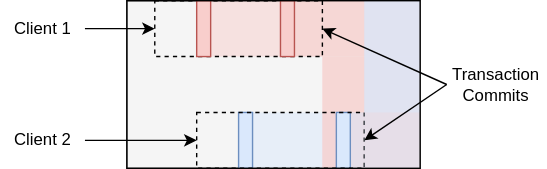
Above: assets/images/acid/atomic-writes.svg in TheCandidStartup/TheCandidStartup.github.io (draw.io), before the change. Source tidied: cells renumbered, new cells last; positions are measured from the earlier drawing's top-left corner, leaving out a move shared by most shapes. The source it was exported from:
```xml
<mxGraphModel>
  <root>
    <mxCell id="0" />
    <mxCell id="1" parent="0" />
    <mxCell id="2" style="rounded=0;whiteSpace=wrap;html=1;fillColor=#f5f5f5;fontColor=#333333;strokeColor=#666666;" parent="1" vertex="1">
      <mxGeometry x="90" width="210" height="120" as="geometry" />
    </mxCell>
    <mxCell id="3" style="rounded=0;whiteSpace=wrap;html=1;strokeColor=none;fillColor=#f8cecc;opacity=50;" parent="1" vertex="1">
      <mxGeometry x="150" width="150" height="40" as="geometry" />
    </mxCell>
    <mxCell id="4" style="rounded=0;whiteSpace=wrap;html=1;strokeColor=none;fillColor=#f8cecc;opacity=50;" parent="1" vertex="1">
      <mxGeometry x="210" width="90" height="40" as="geometry" />
    </mxCell>
    <mxCell id="5" style="rounded=0;whiteSpace=wrap;html=1;strokeColor=none;fillColor=#dae8fc;opacity=50;" parent="1" vertex="1">
      <mxGeometry x="180" y="80" width="120" height="40" as="geometry" />
    </mxCell>
    <mxCell id="6" style="edgeStyle=orthogonalEdgeStyle;rounded=0;jettySize=auto;html=1;exitX=1;exitY=0.5;exitDx=0;exitDy=0;entryX=0;entryY=0.5;entryDx=0;entryDy=0;" parent="1" edge="1" source="7" target="10">
      <mxGeometry relative="1" as="geometry" />
    </mxCell>
    <mxCell id="7" value="Client 1" style="text;html=1;strokeColor=none;fillColor=none;align=center;verticalAlign=middle;whiteSpace=wrap;rounded=0;" parent="1" vertex="1">
      <mxGeometry width="60" height="40" as="geometry" />
    </mxCell>
    <mxCell id="8" style="edgeStyle=orthogonalEdgeStyle;rounded=0;jettySize=auto;html=1;exitX=1;exitY=0.5;exitDx=0;exitDy=0;entryX=0;entryY=0.5;entryDx=0;entryDy=0;" parent="1" edge="1" source="9" target="19">
      <mxGeometry relative="1" as="geometry" />
    </mxCell>
    <mxCell id="9" value="Client 2" style="text;html=1;strokeColor=none;fillColor=none;align=center;verticalAlign=middle;whiteSpace=wrap;rounded=0;" parent="1" vertex="1">
      <mxGeometry y="80" width="60" height="40" as="geometry" />
    </mxCell>
    <mxCell id="10" style="rounded=0;whiteSpace=wrap;html=1;dashed=1;fillColor=none;" parent="1" vertex="1">
      <mxGeometry x="110" width="120" height="40" as="geometry" />
    </mxCell>
    <mxCell id="11" style="rounded=0;whiteSpace=wrap;html=1;fillColor=#f8cecc;strokeColor=#b85450;" parent="1" vertex="1">
      <mxGeometry x="140" width="10" height="40" as="geometry" />
    </mxCell>
    <mxCell id="12" style="rounded=0;whiteSpace=wrap;html=1;fillColor=#f8cecc;strokeColor=#b85450;" parent="1" vertex="1">
      <mxGeometry x="200" width="10" height="40" as="geometry" />
    </mxCell>
    <mxCell id="13" style="rounded=0;whiteSpace=wrap;html=1;fillColor=#dae8fc;strokeColor=#6c8ebf;" parent="1" vertex="1">
      <mxGeometry x="170" y="80" width="10" height="40" as="geometry" />
    </mxCell>
    <mxCell id="14" value="Transaction Commits" style="text;html=1;strokeColor=none;fillColor=none;align=center;verticalAlign=middle;whiteSpace=wrap;rounded=0;" parent="1" vertex="1">
      <mxGeometry x="319" y="40" width="71" height="40" as="geometry" />
    </mxCell>
    <mxCell id="15" style="rounded=0;whiteSpace=wrap;html=1;strokeColor=none;fillColor=#f8cecc;opacity=50;" parent="1" vertex="1">
      <mxGeometry x="230" y="40" width="70" height="80" as="geometry" />
    </mxCell>
    <mxCell id="16" style="rounded=0;whiteSpace=wrap;html=1;strokeColor=none;fillColor=#f8cecc;opacity=50;" parent="1" vertex="1">
      <mxGeometry x="230" y="40" width="70" height="80" as="geometry" />
    </mxCell>
    <mxCell id="17" style="rounded=0;whiteSpace=wrap;html=1;strokeColor=none;fillColor=#dae8fc;opacity=50;" parent="1" vertex="1">
      <mxGeometry x="250" y="80" width="10" height="40" as="geometry" />
    </mxCell>
    <mxCell id="18" style="rounded=0;whiteSpace=wrap;html=1;fillColor=#dae8fc;strokeColor=#6c8ebf;" parent="1" vertex="1">
      <mxGeometry x="240" y="80" width="10" height="40" as="geometry" />
    </mxCell>
    <mxCell id="19" style="rounded=0;whiteSpace=wrap;html=1;dashed=1;fillColor=none;" parent="1" vertex="1">
      <mxGeometry x="140" y="80" width="120" height="40" as="geometry" />
    </mxCell>
    <mxCell id="20" style="rounded=0;whiteSpace=wrap;html=1;strokeColor=none;fillColor=#dae8fc;opacity=50;" parent="1" vertex="1">
      <mxGeometry x="260" width="40" height="80" as="geometry" />
    </mxCell>
    <mxCell id="21" style="rounded=0;whiteSpace=wrap;html=1;strokeColor=none;fillColor=#dae8fc;opacity=50;" parent="1" vertex="1">
      <mxGeometry x="260" width="40" height="120" as="geometry" />
    </mxCell>
    <mxCell id="22" style="edgeStyle=none;rounded=0;jettySize=auto;html=1;exitX=0;exitY=0.5;exitDx=0;exitDy=0;entryX=1;entryY=0.5;entryDx=0;entryDy=0;" parent="1" edge="1" source="14" target="10">
      <mxGeometry relative="1" as="geometry" />
    </mxCell>
    <mxCell id="23" style="edgeStyle=none;rounded=0;jettySize=auto;html=1;exitX=0;exitY=0.5;exitDx=0;exitDy=0;entryX=1;entryY=0.5;entryDx=0;entryDy=0;" parent="1" edge="1" source="14" target="19">
      <mxGeometry relative="1" as="geometry" />
    </mxCell>
    <mxCell id="24" style="rounded=0;whiteSpace=wrap;html=1;fillColor=none;" parent="1" vertex="1">
      <mxGeometry x="90" width="210" height="120" as="geometry" />
    </mxCell>
  </root>
</mxGraphModel>
```
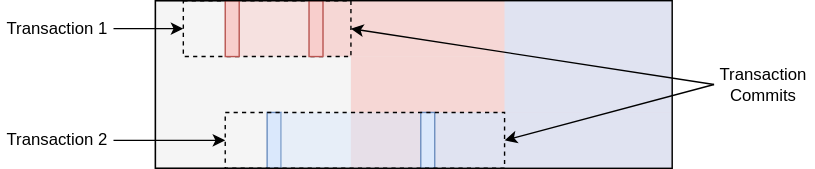
Later version of the same file.

What changed in the source:
```diff
@@ -3,28 +3,25 @@
     <mxCell id="0" />
     <mxCell id="1" parent="0" />
     <mxCell id="2" style="rounded=0;whiteSpace=wrap;html=1;fillColor=#f5f5f5;fontColor=#333333;strokeColor=#666666;" parent="1" vertex="1">
-      <mxGeometry x="90" width="210" height="120" as="geometry" />
+      <mxGeometry x="90" width="370" height="120" as="geometry" />
     </mxCell>
     <mxCell id="3" style="rounded=0;whiteSpace=wrap;html=1;strokeColor=none;fillColor=#f8cecc;opacity=50;" parent="1" vertex="1">
-      <mxGeometry x="150" width="150" height="40" as="geometry" />
+      <mxGeometry x="150" width="310" height="40" as="geometry" />
     </mxCell>
     <mxCell id="4" style="rounded=0;whiteSpace=wrap;html=1;strokeColor=none;fillColor=#f8cecc;opacity=50;" parent="1" vertex="1">
-      <mxGeometry x="210" width="90" height="40" as="geometry" />
+      <mxGeometry x="210" width="250" height="40" as="geometry" />
     </mxCell>
-    <mxCell id="5" style="rounded=0;whiteSpace=wrap;html=1;strokeColor=none;fillColor=#dae8fc;opacity=50;" parent="1" vertex="1">
-      <mxGeometry x="180" y="80" width="120" height="40" as="geometry" />
-    </mxCell>
     <mxCell id="6" style="edgeStyle=orthogonalEdgeStyle;rounded=0;jettySize=auto;html=1;exitX=1;exitY=0.5;exitDx=0;exitDy=0;entryX=0;entryY=0.5;entryDx=0;entryDy=0;" parent="1" edge="1" source="7" target="10">
       <mxGeometry relative="1" as="geometry" />
     </mxCell>
-    <mxCell id="7" value="Client 1" style="text;html=1;strokeColor=none;fillColor=none;align=center;verticalAlign=middle;whiteSpace=wrap;rounded=0;" parent="1" vertex="1">
-      <mxGeometry width="60" height="40" as="geometry" />
+    <mxCell id="7" value="Transaction 1" style="text;html=1;strokeColor=none;fillColor=none;align=center;verticalAlign=middle;whiteSpace=wrap;rounded=0;" parent="1" vertex="1">
+      <mxGeometry x="-20" width="80" height="40" as="geometry" />
     </mxCell>
     <mxCell id="8" style="edgeStyle=orthogonalEdgeStyle;rounded=0;jettySize=auto;html=1;exitX=1;exitY=0.5;exitDx=0;exitDy=0;entryX=0;entryY=0.5;entryDx=0;entryDy=0;" parent="1" edge="1" source="9" target="19">
       <mxGeometry relative="1" as="geometry" />
     </mxCell>
-    <mxCell id="9" value="Client 2" style="text;html=1;strokeColor=none;fillColor=none;align=center;verticalAlign=middle;whiteSpace=wrap;rounded=0;" parent="1" vertex="1">
-      <mxGeometry y="80" width="60" height="40" as="geometry" />
+    <mxCell id="9" value="Transaction 2" style="text;html=1;strokeColor=none;fillColor=none;align=center;verticalAlign=middle;whiteSpace=wrap;rounded=0;" parent="1" vertex="1">
+      <mxGeometry x="-20" y="80" width="80" height="40" as="geometry" />
     </mxCell>
     <mxCell id="10" style="rounded=0;whiteSpace=wrap;html=1;dashed=1;fillColor=none;" parent="1" vertex="1">
       <mxGeometry x="110" width="120" height="40" as="geometry" />
@@ -35,41 +32,44 @@
     <mxCell id="12" style="rounded=0;whiteSpace=wrap;html=1;fillColor=#f8cecc;strokeColor=#b85450;" parent="1" vertex="1">
       <mxGeometry x="200" width="10" height="40" as="geometry" />
     </mxCell>
+    <mxCell id="14" value="Transaction Commits" style="text;html=1;strokeColor=none;fillColor=none;align=center;verticalAlign=middle;whiteSpace=wrap;rounded=0;" parent="1" vertex="1">
+      <mxGeometry x="490" y="40" width="71" height="40" as="geometry" />
+    </mxCell>
+    <mxCell id="16" style="rounded=0;whiteSpace=wrap;html=1;strokeColor=none;fillColor=#f8cecc;opacity=50;" parent="1" vertex="1">
+      <mxGeometry x="230" y="40" width="230" height="80" as="geometry" />
+    </mxCell>
+    <mxCell id="25" style="rounded=0;whiteSpace=wrap;html=1;strokeColor=none;fillColor=#f8cecc;opacity=50;" parent="1" vertex="1">
+      <mxGeometry x="230" y="40" width="230" height="80" as="geometry" />
+    </mxCell>
     <mxCell id="13" style="rounded=0;whiteSpace=wrap;html=1;fillColor=#dae8fc;strokeColor=#6c8ebf;" parent="1" vertex="1">
       <mxGeometry x="170" y="80" width="10" height="40" as="geometry" />
     </mxCell>
-    <mxCell id="14" value="Transaction Commits" style="text;html=1;strokeColor=none;fillColor=none;align=center;verticalAlign=middle;whiteSpace=wrap;rounded=0;" parent="1" vertex="1">
-      <mxGeometry x="319" y="40" width="71" height="40" as="geometry" />
-    </mxCell>
-    <mxCell id="15" style="rounded=0;whiteSpace=wrap;html=1;strokeColor=none;fillColor=#f8cecc;opacity=50;" parent="1" vertex="1">
-      <mxGeometry x="230" y="40" width="70" height="80" as="geometry" />
-    </mxCell>
-    <mxCell id="16" style="rounded=0;whiteSpace=wrap;html=1;strokeColor=none;fillColor=#f8cecc;opacity=50;" parent="1" vertex="1">
-      <mxGeometry x="230" y="40" width="70" height="80" as="geometry" />
-    </mxCell>
     <mxCell id="17" style="rounded=0;whiteSpace=wrap;html=1;strokeColor=none;fillColor=#dae8fc;opacity=50;" parent="1" vertex="1">
-      <mxGeometry x="250" y="80" width="10" height="40" as="geometry" />
+      <mxGeometry x="290" y="80" width="170" height="40" as="geometry" />
     </mxCell>
+    <mxCell id="5" style="rounded=0;whiteSpace=wrap;html=1;strokeColor=none;fillColor=#dae8fc;opacity=50;" parent="1" vertex="1">
+      <mxGeometry x="180" y="80" width="280" height="40" as="geometry" />
+    </mxCell>
     <mxCell id="18" style="rounded=0;whiteSpace=wrap;html=1;fillColor=#dae8fc;strokeColor=#6c8ebf;" parent="1" vertex="1">
-      <mxGeometry x="240" y="80" width="10" height="40" as="geometry" />
+      <mxGeometry x="280" y="80" width="10" height="40" as="geometry" />
     </mxCell>
-    <mxCell id="19" style="rounded=0;whiteSpace=wrap;html=1;dashed=1;fillColor=none;" parent="1" vertex="1">
-      <mxGeometry x="140" y="80" width="120" height="40" as="geometry" />
-    </mxCell>
-    <mxCell id="20" style="rounded=0;whiteSpace=wrap;html=1;strokeColor=none;fillColor=#dae8fc;opacity=50;" parent="1" vertex="1">
-      <mxGeometry x="260" width="40" height="80" as="geometry" />
-    </mxCell>
     <mxCell id="21" style="rounded=0;whiteSpace=wrap;html=1;strokeColor=none;fillColor=#dae8fc;opacity=50;" parent="1" vertex="1">
-      <mxGeometry x="260" width="40" height="120" as="geometry" />
+      <mxGeometry x="340" width="120" height="80" as="geometry" />
     </mxCell>
+    <mxCell id="26" style="rounded=0;whiteSpace=wrap;html=1;strokeColor=none;fillColor=#dae8fc;opacity=50;" parent="1" vertex="1">
+      <mxGeometry x="340" width="120" height="80" as="geometry" />
+    </mxCell>
     <mxCell id="22" style="edgeStyle=none;rounded=0;jettySize=auto;html=1;exitX=0;exitY=0.5;exitDx=0;exitDy=0;entryX=1;entryY=0.5;entryDx=0;entryDy=0;" parent="1" edge="1" source="14" target="10">
       <mxGeometry relative="1" as="geometry" />
     </mxCell>
     <mxCell id="23" style="edgeStyle=none;rounded=0;jettySize=auto;html=1;exitX=0;exitY=0.5;exitDx=0;exitDy=0;entryX=1;entryY=0.5;entryDx=0;entryDy=0;" parent="1" edge="1" source="14" target="19">
       <mxGeometry relative="1" as="geometry" />
     </mxCell>
+    <mxCell id="19" style="rounded=0;whiteSpace=wrap;html=1;dashed=1;fillColor=none;" parent="1" vertex="1">
+      <mxGeometry x="140" y="80" width="200" height="40" as="geometry" />
+    </mxCell>
     <mxCell id="24" style="rounded=0;whiteSpace=wrap;html=1;fillColor=none;" parent="1" vertex="1">
-      <mxGeometry x="90" width="210" height="120" as="geometry" />
+      <mxGeometry x="90" width="370" height="120" as="geometry" />
     </mxCell>
   </root>
 </mxGraphModel>
```
